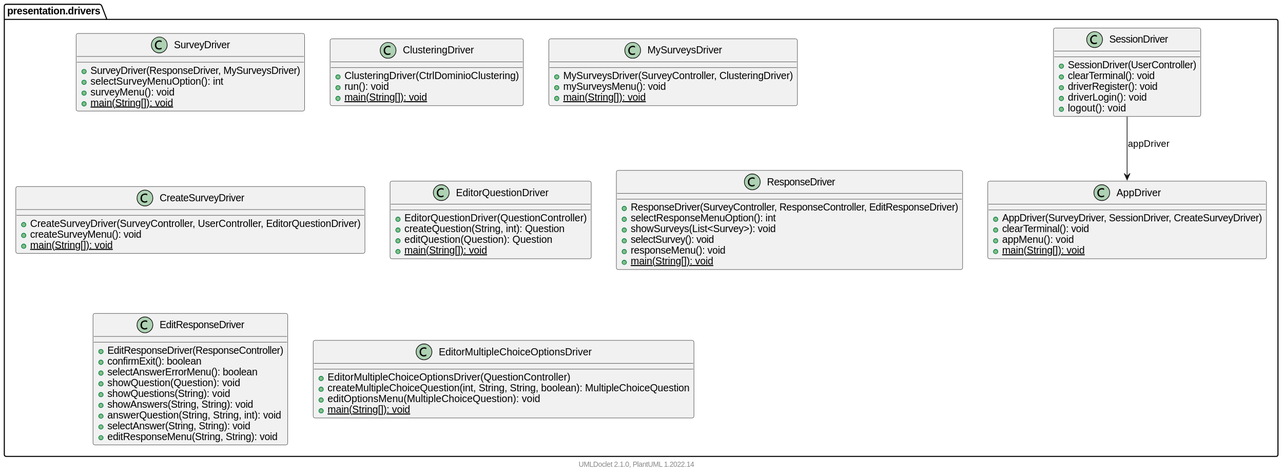
felipenugo/k-surveys keeps this PlantUML diagram as DOC/javadoc/presentation/drivers/package.svg. Above is the earlier version. Its diagram source:
```plantuml
@startuml
    namespace presentation.drivers {

        class SessionDriver [[SessionDriver.html]] {
            +SessionDriver(UserController)
            +clearTerminal(): void
            +driverRegister(): void
            +driverLogin(): void
            +logout(): void
        }

        class SurveyDriver [[SurveyDriver.html]] {
            +SurveyDriver(ResponseDriver, MySurveysDriver)
            +selectSurveyMenuOption(): int
            +surveyMenu(): void
            {static} +main(String[]): void
        }

        class ClusteringDriver [[ClusteringDriver.html]] {
            +ClusteringDriver(CtrlDominioClustering)
            +run(): void
            {static} +main(String[]): void
        }

        class MySurveysDriver [[MySurveysDriver.html]] {
            +MySurveysDriver(SurveyController, ClusteringDriver)
            +mySurveysMenu(): void
            {static} +main(String[]): void
        }

        class CreateSurveyDriver [[CreateSurveyDriver.html]] {
            +CreateSurveyDriver(SurveyController, UserController, EditorQuestionDriver)
            +createSurveyMenu(): void
            {static} +main(String[]): void
        }

        class AppDriver [[AppDriver.html]] {
            +AppDriver(SurveyDriver, SessionDriver, CreateSurveyDriver)
            +clearTerminal(): void
            +appMenu(): void
            {static} +main(String[]): void
        }

        class EditorQuestionDriver [[EditorQuestionDriver.html]] {
            +EditorQuestionDriver(QuestionController)
            +createQuestion(String, int): Question
            +editQuestion(Question): Question
            {static} +main(String[]): void
        }

        class ResponseDriver [[ResponseDriver.html]] {
            +ResponseDriver(SurveyController, ResponseController, EditResponseDriver)
            +selectResponseMenuOption(): int
            +showSurveys(List<Survey>): void
            +selectSurvey(): void
            +responseMenu(): void
            {static} +main(String[]): void
        }

        class EditResponseDriver [[EditResponseDriver.html]] {
            +EditResponseDriver(ResponseController)
            +confirmExit(): boolean
            +selectAnswerErrorMenu(): boolean
            +showQuestion(Question): void
            +showQuestions(String): void
            +showAnswers(String, String): void
            +answerQuestion(String, String, int): void
            +selectAnswer(String, String): void
            +editResponseMenu(String, String): void
        }

        class EditorMultipleChoiceOptionsDriver [[EditorMultipleChoiceOptionsDriver.html]] {
            +EditorMultipleChoiceOptionsDriver(QuestionController)
            +createMultipleChoiceQuestion(int, String, String, boolean): MultipleChoiceQuestion
            +editOptionsMenu(MultipleChoiceQuestion): void
            {static} +main(String[]): void
        }

        SessionDriver --> AppDriver: appDriver
    }

    center footer UMLDoclet 2.1.0, PlantUML %version()
@enduml
```
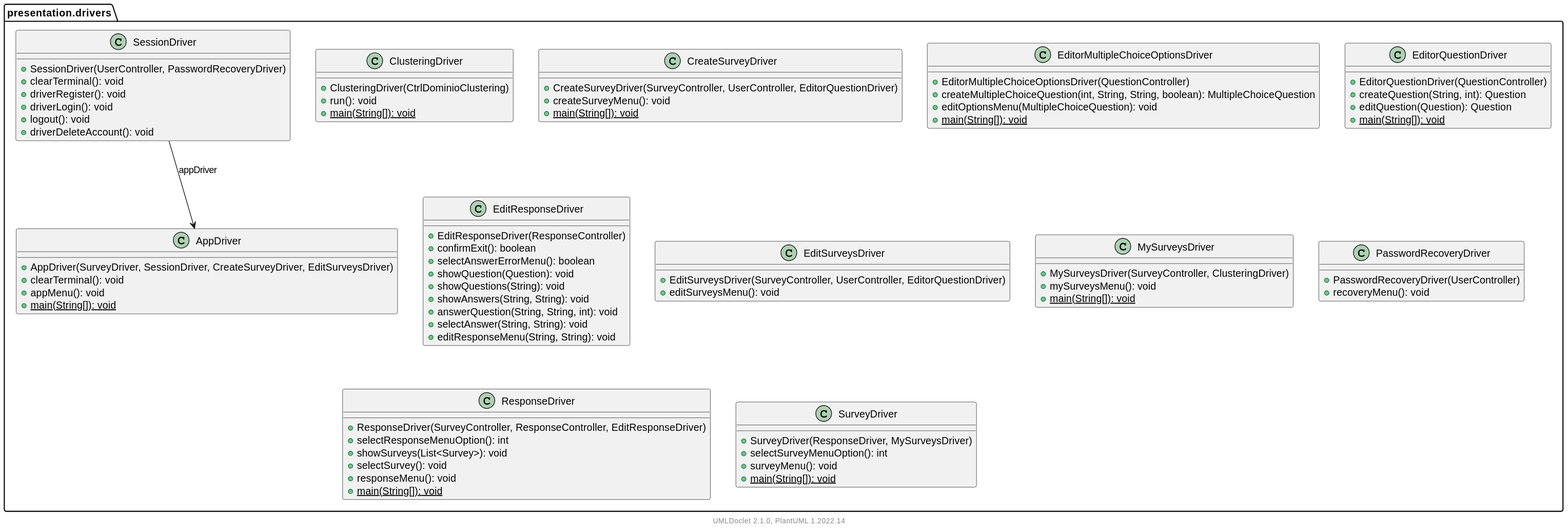
The same diagram one commit later.

The edit, as a diff of the source:
```diff
@@ -1,18 +1,10 @@
 @startuml
     namespace presentation.drivers {
 
-        class SessionDriver [[SessionDriver.html]] {
-            +SessionDriver(UserController)
+        class AppDriver [[AppDriver.html]] {
+            +AppDriver(SurveyDriver, SessionDriver, CreateSurveyDriver, EditSurveysDriver)
             +clearTerminal(): void
-            +driverRegister(): void
-            +driverLogin(): void
-            +logout(): void
-        }
-
-        class SurveyDriver [[SurveyDriver.html]] {
-            +SurveyDriver(ResponseDriver, MySurveysDriver)
-            +selectSurveyMenuOption(): int
-            +surveyMenu(): void
+            +appMenu(): void
             {static} +main(String[]): void
         }
 
@@ -22,22 +14,16 @@
             {static} +main(String[]): void
         }
 
-        class MySurveysDriver [[MySurveysDriver.html]] {
-            +MySurveysDriver(SurveyController, ClusteringDriver)
-            +mySurveysMenu(): void
-            {static} +main(String[]): void
-        }
-
         class CreateSurveyDriver [[CreateSurveyDriver.html]] {
             +CreateSurveyDriver(SurveyController, UserController, EditorQuestionDriver)
             +createSurveyMenu(): void
             {static} +main(String[]): void
         }
 
-        class AppDriver [[AppDriver.html]] {
-            +AppDriver(SurveyDriver, SessionDriver, CreateSurveyDriver)
-            +clearTerminal(): void
-            +appMenu(): void
+        class EditorMultipleChoiceOptionsDriver [[EditorMultipleChoiceOptionsDriver.html]] {
+            +EditorMultipleChoiceOptionsDriver(QuestionController)
+            +createMultipleChoiceQuestion(int, String, String, boolean): MultipleChoiceQuestion
+            +editOptionsMenu(MultipleChoiceQuestion): void
             {static} +main(String[]): void
         }
 
@@ -45,15 +31,6 @@
             +EditorQuestionDriver(QuestionController)
             +createQuestion(String, int): Question
             +editQuestion(Question): Question
-            {static} +main(String[]): void
-        }
-
-        class ResponseDriver [[ResponseDriver.html]] {
-            +ResponseDriver(SurveyController, ResponseController, EditResponseDriver)
-            +selectResponseMenuOption(): int
-            +showSurveys(List<Survey>): void
-            +selectSurvey(): void
-            +responseMenu(): void
             {static} +main(String[]): void
         }
 
@@ -69,10 +46,44 @@
             +editResponseMenu(String, String): void
         }
 
-        class EditorMultipleChoiceOptionsDriver [[EditorMultipleChoiceOptionsDriver.html]] {
-            +EditorMultipleChoiceOptionsDriver(QuestionController)
-            +createMultipleChoiceQuestion(int, String, String, boolean): MultipleChoiceQuestion
-            +editOptionsMenu(MultipleChoiceQuestion): void
+        class EditSurveysDriver [[EditSurveysDriver.html]] {
+            +EditSurveysDriver(SurveyController, UserController, EditorQuestionDriver)
+            +editSurveysMenu(): void
+        }
+
+        class MySurveysDriver [[MySurveysDriver.html]] {
+            +MySurveysDriver(SurveyController, ClusteringDriver)
+            +mySurveysMenu(): void
+            {static} +main(String[]): void
+        }
+
+        class PasswordRecoveryDriver [[PasswordRecoveryDriver.html]] {
+            +PasswordRecoveryDriver(UserController)
+            +recoveryMenu(): void
+        }
+
+        class ResponseDriver [[ResponseDriver.html]] {
+            +ResponseDriver(SurveyController, ResponseController, EditResponseDriver)
+            +selectResponseMenuOption(): int
+            +showSurveys(List<Survey>): void
+            +selectSurvey(): void
+            +responseMenu(): void
+            {static} +main(String[]): void
+        }
+
+        class SessionDriver [[SessionDriver.html]] {
+            +SessionDriver(UserController, PasswordRecoveryDriver)
+            +clearTerminal(): void
+            +driverRegister(): void
+            +driverLogin(): void
+            +logout(): void
+            +driverDeleteAccount(): void
+        }
+
+        class SurveyDriver [[SurveyDriver.html]] {
+            +SurveyDriver(ResponseDriver, MySurveysDriver)
+            +selectSurveyMenuOption(): int
+            +surveyMenu(): void
             {static} +main(String[]): void
         }
 
```
